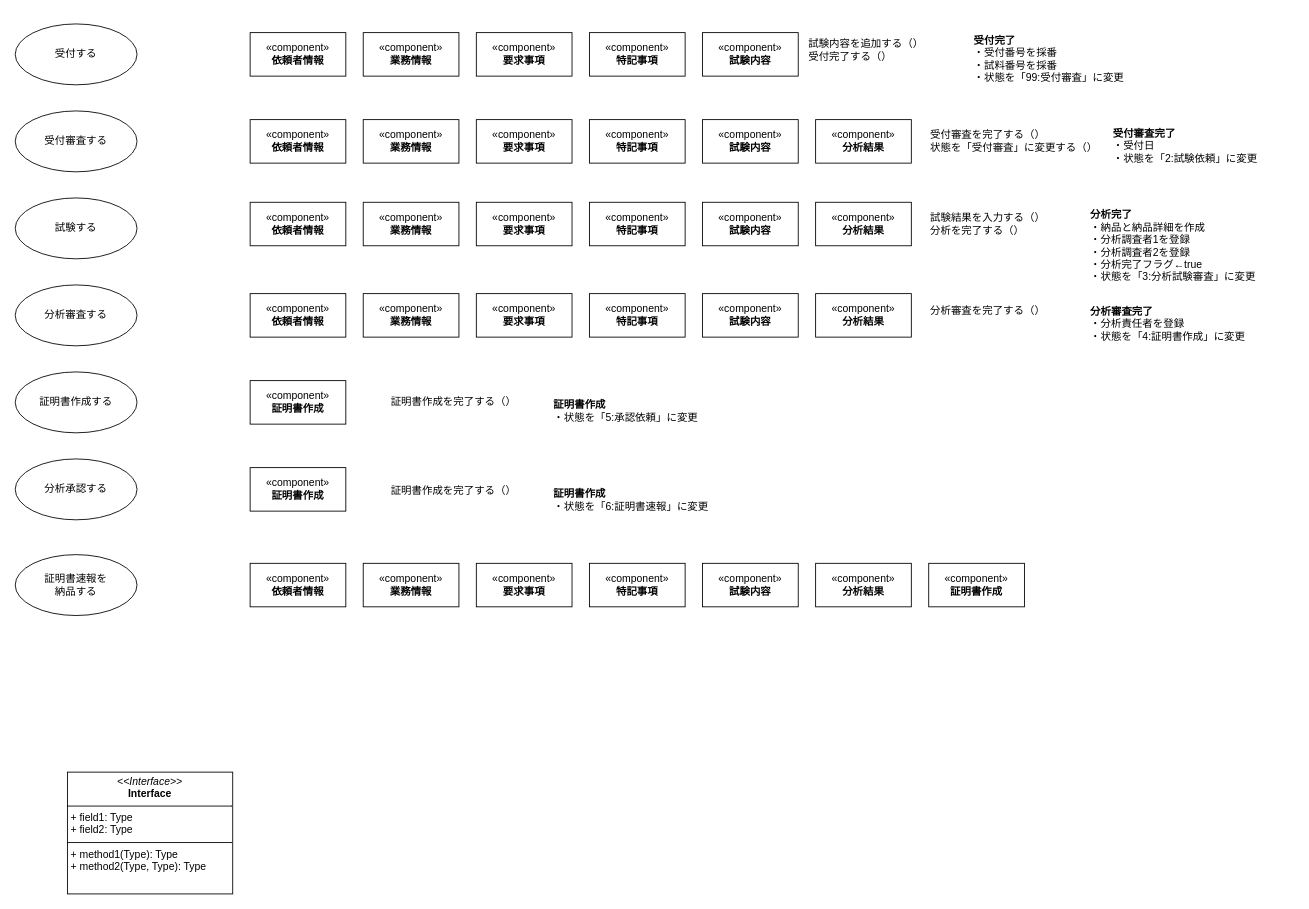
kaoru387/draw.io keeps this draw.io diagram as page "コンポーネント検討" (7 of 8) of NELAB.drawio. Above is the earlier version. Source tidied: cells renumbered, new cells numbered last; positions are measured from the earlier drawing's top-left corner, leaving out a move shared by most shapes. Both pictures are drawn from the tidied source at 87%, with x=0, y=0 at pixel (15, 15).
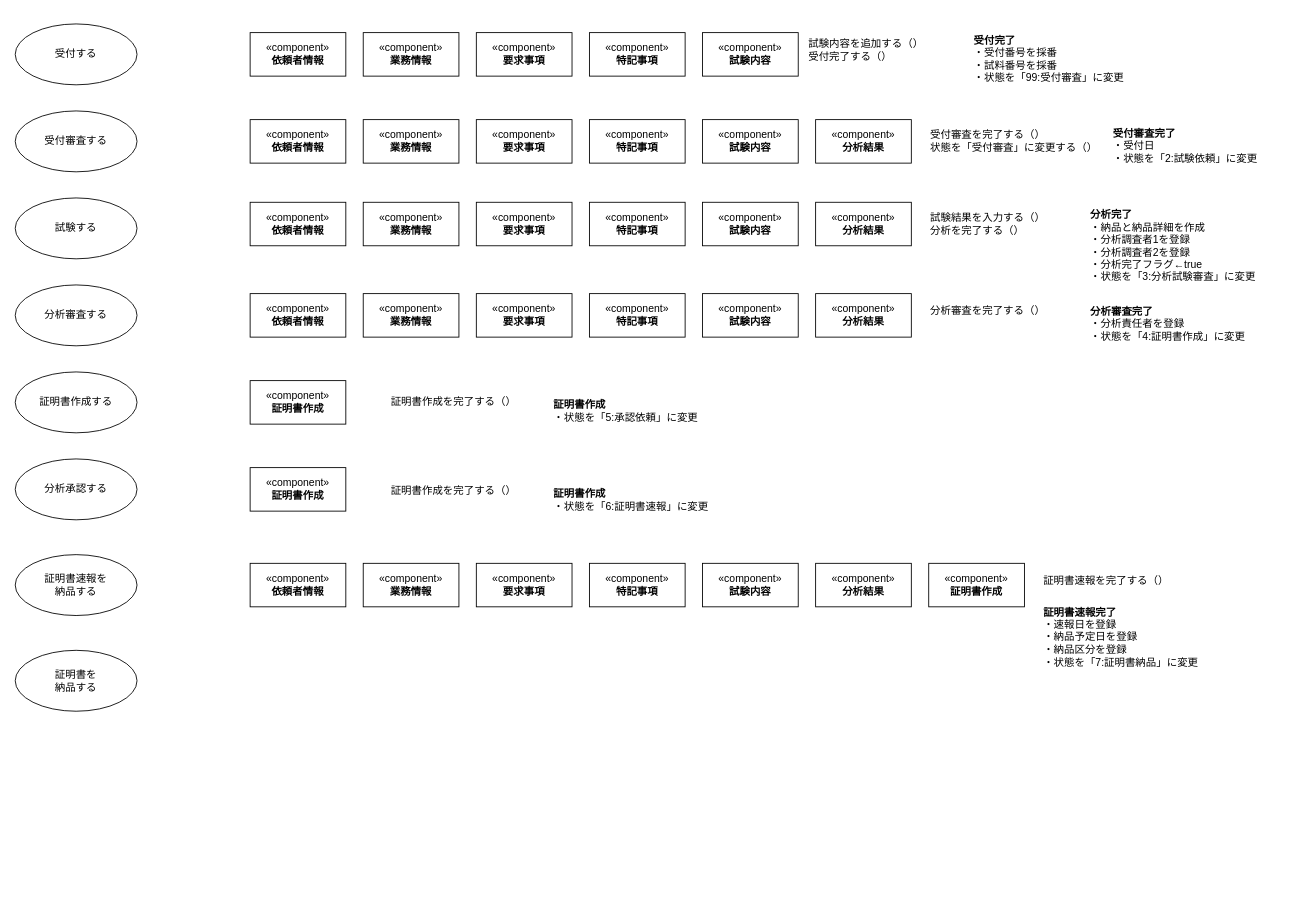
Above is the later version.

Commit message:
NELAB.drawio を更新します

Diff of the diagram source:
```diff
@@
-    <mxCell id="15" value="&lt;p style=&quot;margin:0px;margin-top:4px;text-align:center;&quot;&gt;&lt;i&gt;&amp;lt;&amp;lt;Interface&amp;gt;&amp;gt;&lt;/i&gt;&lt;br/&gt;&lt;b&gt;Interface&lt;/b&gt;&lt;/p&gt;&lt;hr size=&quot;1&quot; style=&quot;border-style:solid;&quot;/&gt;&lt;p style=&quot;margin:0px;margin-left:4px;&quot;&gt;+ field1: Type&lt;br/&gt;+ field2: Type&lt;/p&gt;&lt;hr size=&quot;1&quot; style=&quot;border-style:solid;&quot;/&gt;&lt;p style=&quot;margin:0px;margin-left:4px;&quot;&gt;+ method1(Type): Type&lt;br/&gt;+ method2(Type, Type): Type&lt;/p&gt;" style="verticalAlign=top;align=left;overflow=fill;html=1;whiteSpace=wrap;" parent="1" vertex="1">
-      <mxGeometry x="60" y="870" width="190" height="140" as="geometry" />
-    </mxCell>
@@
+    <mxCell id="54" value="&lt;div&gt;&lt;span style=&quot;background-color: initial;&quot;&gt;証明書速報を完了する（）&lt;/span&gt;&lt;/div&gt;" style="text;html=1;align=left;verticalAlign=middle;whiteSpace=wrap;rounded=0;" parent="1" vertex="1">
+      <mxGeometry x="1180" y="620" width="170" height="60" as="geometry" />
+    </mxCell>
+    <mxCell id="55" value="&lt;div&gt;&lt;b&gt;証明書速報完了&lt;/b&gt;&lt;/div&gt;&lt;div&gt;・速報日を登録&lt;/div&gt;&lt;div&gt;・納品予定日を登録&lt;br&gt;&lt;/div&gt;&lt;div&gt;・納品区分を登録&lt;/div&gt;&lt;div&gt;&lt;span style=&quot;background-color: initial;&quot;&gt;・状態を&lt;/span&gt;「7:証明書納品」に変更&lt;/div&gt;" style="text;html=1;align=left;verticalAlign=middle;whiteSpace=wrap;rounded=0;" parent="1" vertex="1">
+      <mxGeometry x="1180" y="670" width="210" height="90" as="geometry" />
+    </mxCell>
+    <mxCell id="56" value="&lt;div&gt;証明書を&lt;/div&gt;&lt;div&gt;&lt;span style=&quot;background-color: initial;&quot;&gt;納品する&lt;/span&gt;&lt;/div&gt;" style="ellipse;whiteSpace=wrap;html=1;" parent="1" vertex="1">
+      <mxGeometry y="730" width="140" height="70" as="geometry" />
+    </mxCell>
```
